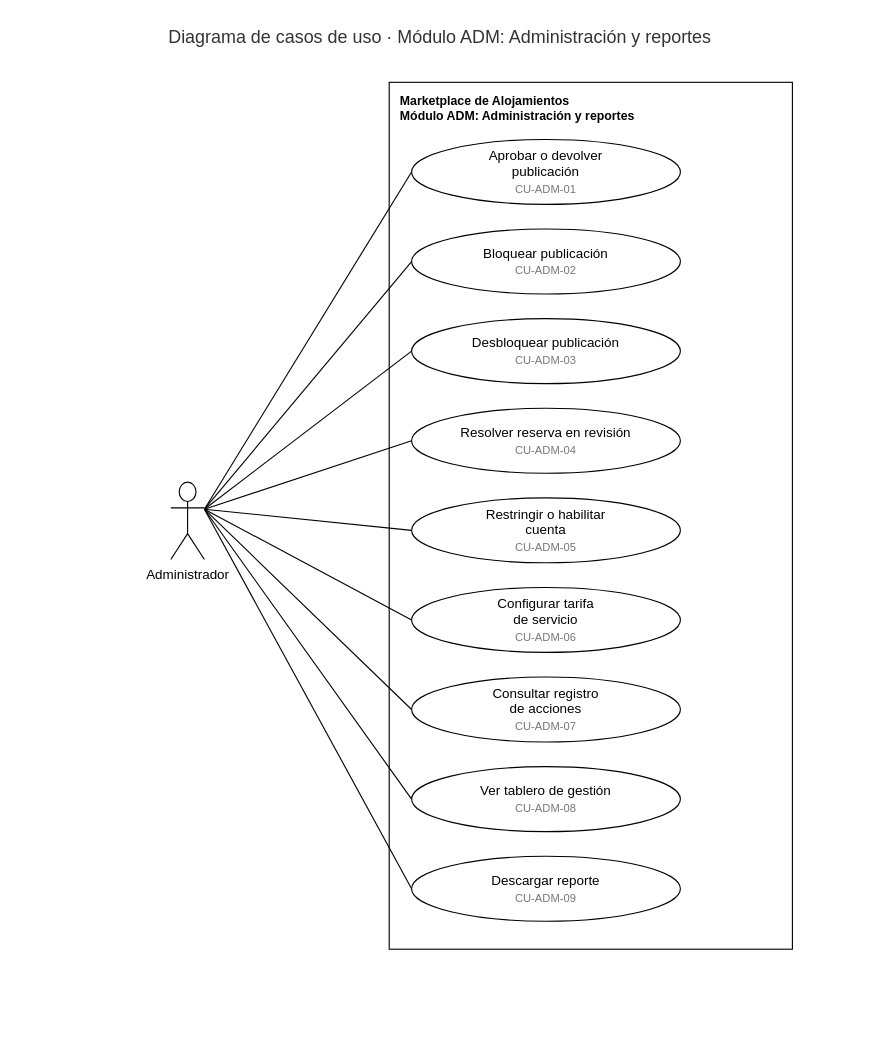
This is page "CU ADM" (5 of 5) of docs/diagramas/Casos_de_Uso_Marketplace_Alojamientos.drawio from cubillosj71-design/marketplace-lr, a draw.io file, before an edit. Source tidied: cells renumbered, new cells numbered last; positions are measured from the earlier drawing's top-left corner, leaving out a move shared by most shapes. Both pictures are drawn from the tidied source at 112%, with x=0, y=0 at pixel (19, 19).
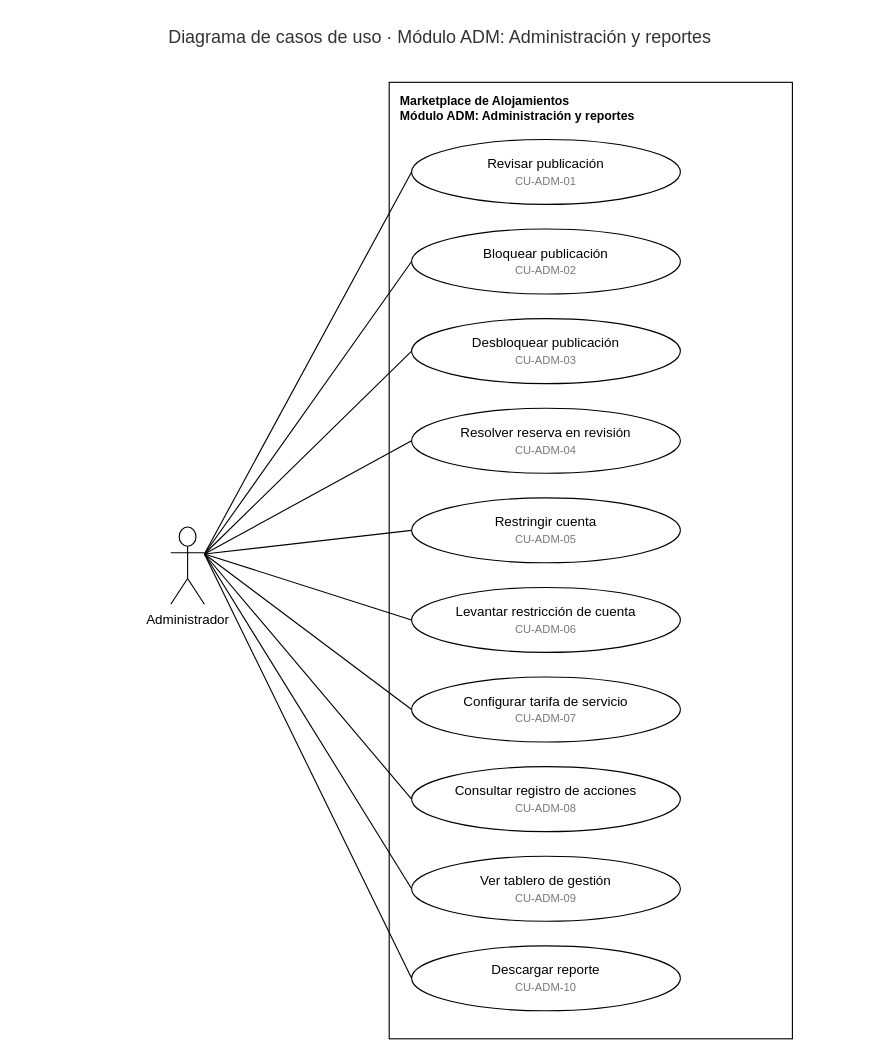
After the change.

Diff of the diagram source:
```diff
@@
     <mxCell id="3" value="Marketplace de Alojamientos&lt;br&gt;Módulo ADM: Administración y reportes" style="rounded=0;whiteSpace=wrap;html=1;fillColor=none;verticalAlign=top;align=left;spacingLeft=8;spacingTop=4;fontStyle=1;fontSize=11;" parent="1" vertex="1">
-      <mxGeometry x="330" y="56" width="360" height="774" as="geometry" />
+      <mxGeometry x="330" y="56" width="360" height="854" as="geometry" />
     </mxCell>
-    <mxCell id="4" value="Aprobar o devolver&lt;br&gt;publicación&lt;br&gt;&lt;font style=&quot;font-size:10px&quot; color=&quot;#777777&quot;&gt;CU-ADM-01&lt;/font&gt;" style="ellipse;whiteSpace=wrap;html=1;fontSize=12;" parent="1" vertex="1">
+    <mxCell id="4" value="Revisar publicación&lt;br&gt;&lt;font style=&quot;font-size:10px&quot; color=&quot;#777777&quot;&gt;CU-ADM-01&lt;/font&gt;" style="ellipse;whiteSpace=wrap;html=1;fontSize=12;" parent="1" vertex="1">
       <mxGeometry x="350" y="107" width="240" height="58" as="geometry" />
     </mxCell>
@@
-    <mxCell id="8" value="Restringir o habilitar&lt;br&gt;cuenta&lt;br&gt;&lt;font style=&quot;font-size:10px&quot; color=&quot;#777777&quot;&gt;CU-ADM-05&lt;/font&gt;" style="ellipse;whiteSpace=wrap;html=1;fontSize=12;" parent="1" vertex="1">
+    <mxCell id="8" value="Restringir cuenta&lt;br&gt;&lt;font style=&quot;font-size:10px&quot; color=&quot;#777777&quot;&gt;CU-ADM-05&lt;/font&gt;" style="ellipse;whiteSpace=wrap;html=1;fontSize=12;" parent="1" vertex="1">
       <mxGeometry x="350" y="427" width="240" height="58" as="geometry" />
     </mxCell>
-    <mxCell id="9" value="Configurar tarifa&lt;br&gt;de servicio&lt;br&gt;&lt;font style=&quot;font-size:10px&quot; color=&quot;#777777&quot;&gt;CU-ADM-06&lt;/font&gt;" style="ellipse;whiteSpace=wrap;html=1;fontSize=12;" parent="1" vertex="1">
-      <mxGeometry x="350" y="507" width="240" height="58" as="geometry" />
+    <mxCell id="9" value="Configurar tarifa de servicio&lt;br&gt;&lt;font style=&quot;font-size:10px&quot; color=&quot;#777777&quot;&gt;CU-ADM-07&lt;/font&gt;" style="ellipse;whiteSpace=wrap;html=1;fontSize=12;" parent="1" vertex="1">
+      <mxGeometry x="350" y="587" width="240" height="58" as="geometry" />
     </mxCell>
-    <mxCell id="10" value="Consultar registro&lt;br&gt;de acciones&lt;br&gt;&lt;font style=&quot;font-size:10px&quot; color=&quot;#777777&quot;&gt;CU-ADM-07&lt;/font&gt;" style="ellipse;whiteSpace=wrap;html=1;fontSize=12;" parent="1" vertex="1">
-      <mxGeometry x="350" y="587" width="240" height="58" as="geometry" />
+    <mxCell id="10" value="Consultar registro de acciones&lt;br&gt;&lt;font style=&quot;font-size:10px&quot; color=&quot;#777777&quot;&gt;CU-ADM-08&lt;/font&gt;" style="ellipse;whiteSpace=wrap;html=1;fontSize=12;" parent="1" vertex="1">
+      <mxGeometry x="350" y="667" width="240" height="58" as="geometry" />
     </mxCell>
-    <mxCell id="11" value="Ver tablero de gestión&lt;br&gt;&lt;font style=&quot;font-size:10px&quot; color=&quot;#777777&quot;&gt;CU-ADM-08&lt;/font&gt;" style="ellipse;whiteSpace=wrap;html=1;fontSize=12;" parent="1" vertex="1">
-      <mxGeometry x="350" y="667" width="240" height="58" as="geometry" />
+    <mxCell id="11" value="Ver tablero de gestión&lt;br&gt;&lt;font style=&quot;font-size:10px&quot; color=&quot;#777777&quot;&gt;CU-ADM-09&lt;/font&gt;" style="ellipse;whiteSpace=wrap;html=1;fontSize=12;" parent="1" vertex="1">
+      <mxGeometry x="350" y="747" width="240" height="58" as="geometry" />
     </mxCell>
-    <mxCell id="12" value="Descargar reporte&lt;br&gt;&lt;font style=&quot;font-size:10px&quot; color=&quot;#777777&quot;&gt;CU-ADM-09&lt;/font&gt;" style="ellipse;whiteSpace=wrap;html=1;fontSize=12;" parent="1" vertex="1">
-      <mxGeometry x="350" y="747" width="240" height="58" as="geometry" />
+    <mxCell id="12" value="Descargar reporte&lt;br&gt;&lt;font style=&quot;font-size:10px&quot; color=&quot;#777777&quot;&gt;CU-ADM-10&lt;/font&gt;" style="ellipse;whiteSpace=wrap;html=1;fontSize=12;" parent="1" vertex="1">
+      <mxGeometry x="350" y="827" width="240" height="58" as="geometry" />
     </mxCell>
     <mxCell id="13" value="Administrador" style="shape=umlActor;verticalLabelPosition=bottom;verticalAlign=top;html=1;outlineConnect=0;fontSize=12;" parent="1" vertex="1">
-      <mxGeometry x="135" y="413" width="30" height="69" as="geometry" />
+      <mxGeometry x="135" y="453" width="30" height="69" as="geometry" />
     </mxCell>
@@
+    <mxCell id="23" value="Levantar restricción de cuenta&lt;br&gt;&lt;font style=&quot;font-size:10px&quot; color=&quot;#777777&quot;&gt;CU-ADM-06&lt;/font&gt;" style="ellipse;whiteSpace=wrap;html=1;fontSize=12;" parent="1" vertex="1">
+      <mxGeometry x="350" y="507" width="240" height="58" as="geometry" />
+    </mxCell>
+    <mxCell id="24" style="endArrow=none;html=1;rounded=0;entryX=0;entryY=0.5;exitX=1;exitY=0.35;entryDx=0;entryDy=0;exitDx=0;exitDy=0;" parent="1" edge="1" source="13" target="23">
+      <mxGeometry relative="1" as="geometry" />
+    </mxCell>
```
